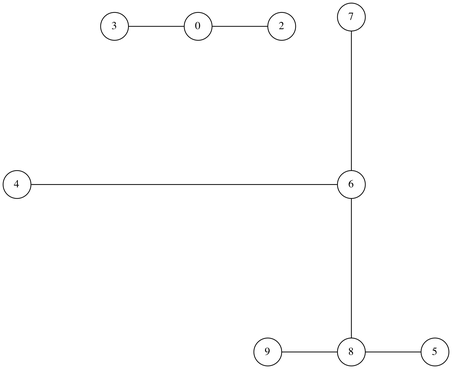
Earlier version of the Graphviz export graphs-networks/c-networks/second-random/graphviz/random_graph.png (mickey-is-codin/data-structures). Its source is kept beside it as graphs-networks/c-networks/second-random/graphviz/random_graph.dot.
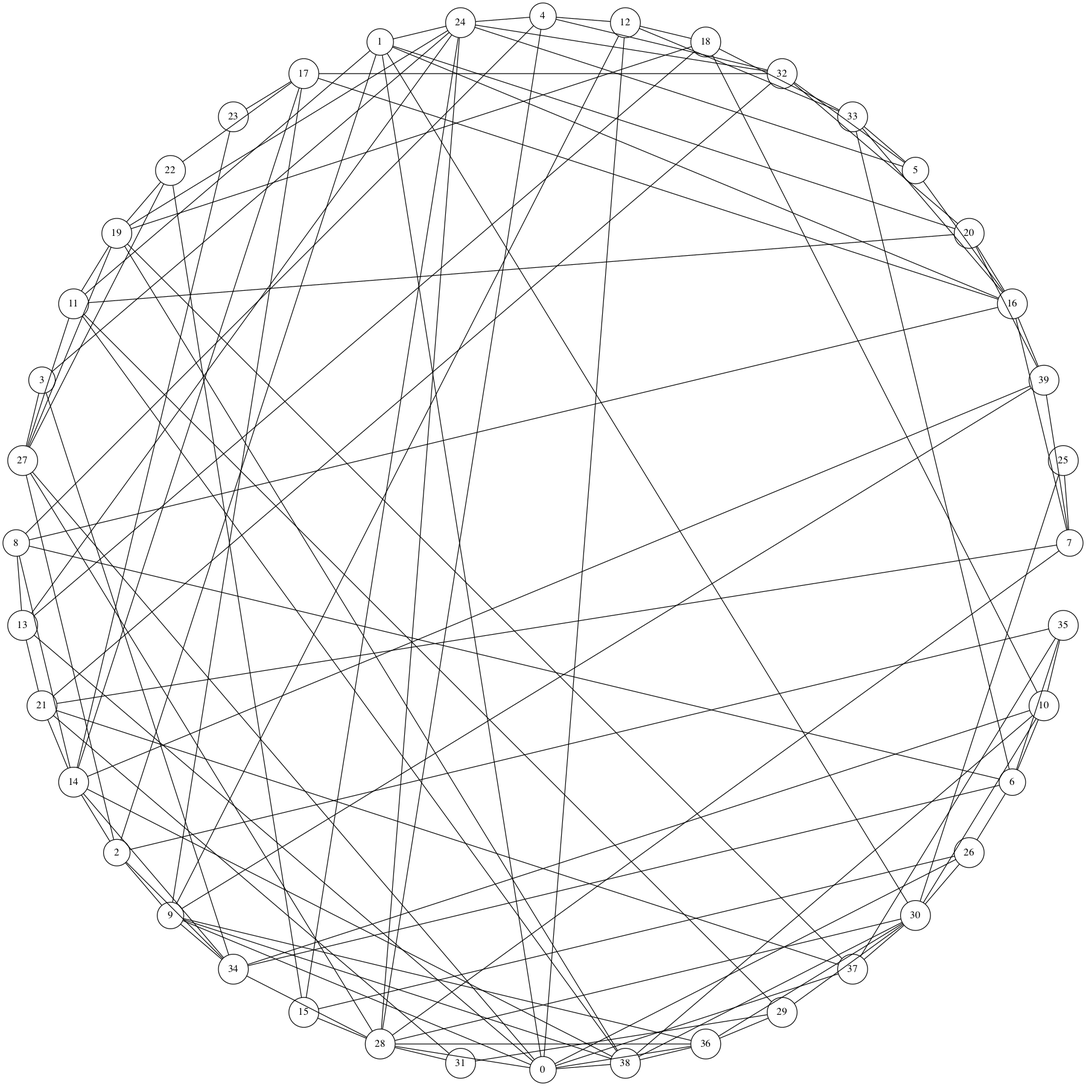
Above is the later version.

Commit message:
Stopping for the night. Did some more benchmarking

Change to the diagram source:
```diff
@@ -4,11 +4,119 @@
 	size="6,6";
 	rankdir="LR";
 
-	0 -- 2
-	0 -- 3
-	4 -- 6
-	5 -- 8
-	6 -- 7
+	0 -- 1
+	0 -- 9
+	0 -- 12
+	0 -- 13
+	0 -- 26
+	0 -- 27
+	0 -- 28
+	0 -- 36
+	0 -- 37
+	0 -- 38
+	1 -- 2
+	1 -- 11
+	1 -- 16
+	1 -- 20
+	1 -- 24
+	1 -- 30
+	2 -- 9
+	2 -- 14
+	2 -- 27
+	2 -- 34
+	2 -- 35
+	3 -- 24
+	3 -- 27
+	3 -- 34
+	4 -- 8
+	4 -- 12
+	4 -- 24
+	4 -- 28
+	4 -- 32
+	5 -- 16
+	5 -- 24
+	5 -- 32
+	5 -- 33
 	6 -- 8
-	8 -- 9
+	6 -- 10
+	6 -- 26
+	6 -- 33
+	6 -- 34
+	6 -- 35
+	7 -- 16
+	7 -- 21
+	7 -- 25
+	7 -- 28
+	7 -- 39
+	8 -- 13
+	8 -- 14
+	8 -- 16
+	9 -- 12
+	9 -- 17
+	9 -- 34
+	9 -- 36
+	9 -- 38
+	9 -- 39
+	10 -- 18
+	10 -- 30
+	10 -- 34
+	10 -- 35
+	10 -- 38
+	11 -- 19
+	11 -- 20
+	11 -- 27
+	11 -- 29
+	11 -- 38
+	12 -- 18
+	12 -- 33
+	13 -- 18
+	13 -- 21
+	13 -- 24
+	14 -- 17
+	14 -- 21
+	14 -- 23
+	14 -- 34
+	14 -- 38
+	14 -- 39
+	15 -- 22
+	15 -- 24
+	15 -- 26
+	15 -- 28
+	16 -- 17
+	16 -- 20
+	16 -- 33
+	16 -- 39
+	17 -- 22
+	17 -- 23
+	17 -- 32
+	18 -- 19
+	18 -- 33
+	19 -- 22
+	19 -- 24
+	19 -- 27
+	19 -- 37
+	19 -- 38
+	20 -- 32
+	20 -- 39
+	21 -- 31
+	21 -- 32
+	21 -- 37
+	22 -- 27
+	24 -- 28
+	24 -- 32
+	25 -- 30
+	26 -- 30
+	27 -- 28
+	28 -- 30
+	28 -- 31
+	28 -- 34
+	28 -- 36
+	29 -- 30
+	29 -- 31
+	29 -- 36
+	30 -- 36
+	30 -- 37
+	30 -- 38
+	35 -- 37
+	36 -- 38
 }
```
